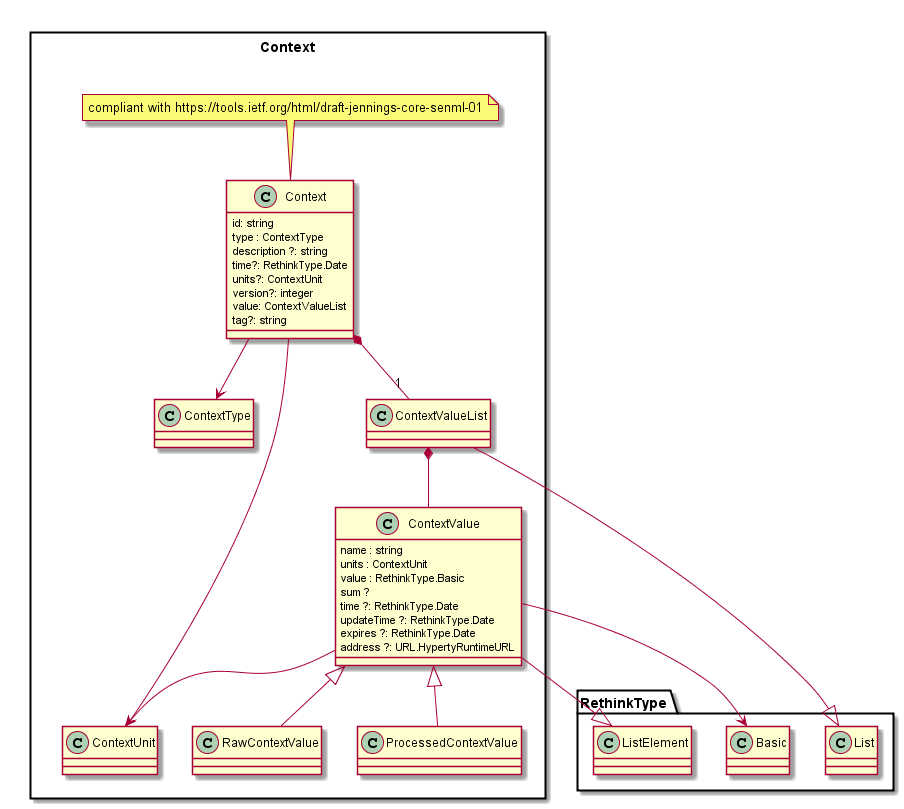
The PlantUML diagram docs/datamodel/ContextDataObjectSchema.png in reTHINK-project/dev-service-framework, before a commit.
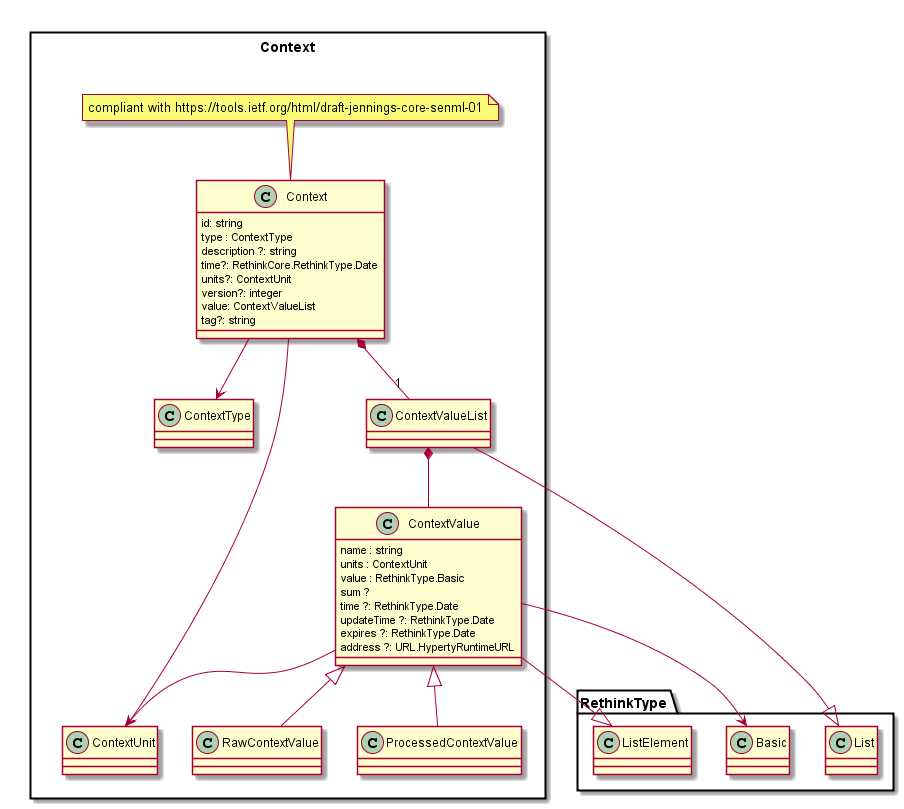
The same file after the commit.

Diff of the diagram source:
```diff
@@ -6,7 +6,7 @@
 		id: string
 		type : ContextType
 		description ?: string
-		time?: RethinkType.Date
+		time?: RethinkCore.RethinkType.Date
 		units?: ContextUnit
 		version?: integer
 		value: ContextValueList
```
